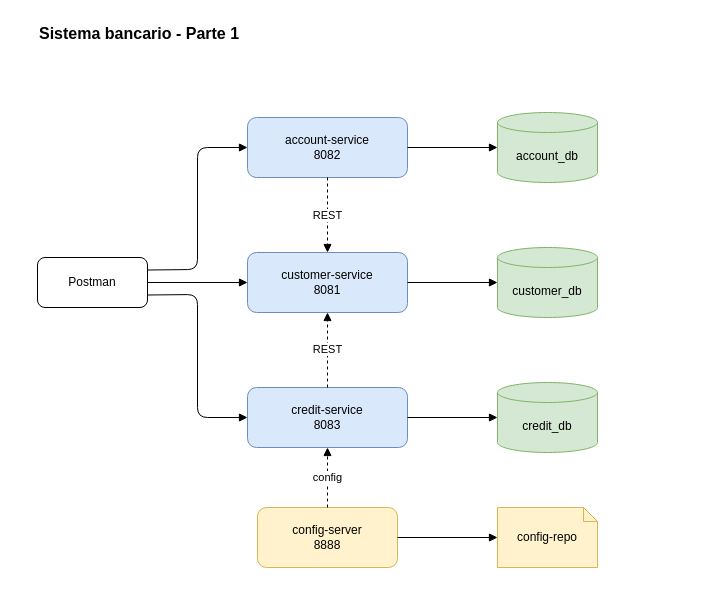
msalinas-se/bank-docs keeps this draw.io diagram as architecture.drawio. Above is the earlier version. Source tidied: cells renumbered, new cells numbered last; positions are measured from the earlier drawing's top-left corner, leaving out a move shared by most shapes. Both pictures are drawn from the tidied source at 100%, with x=0, y=0 at pixel (37, 17).
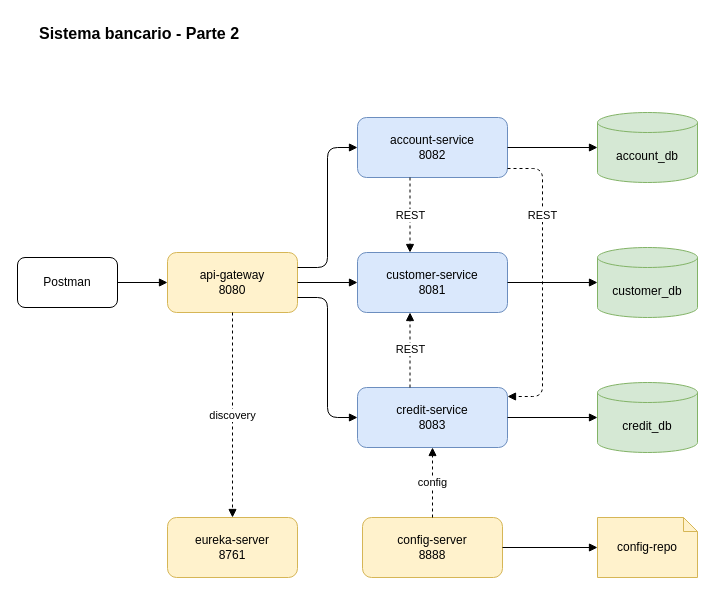
After the change.

What changed in the source:
```diff
@@
-    <mxCell id="2" value="Sistema bancario - Parte 1" style="text;html=1;fontSize=16;fontStyle=1;" parent="1" vertex="1">
+    <mxCell id="2" value="Sistema bancario - Parte 2" style="text;html=1;fontSize=16;fontStyle=1;" parent="1" vertex="1">
       <mxGeometry width="300" height="30" as="geometry" />
     </mxCell>
     <mxCell id="3" value="Postman" style="rounded=1;whiteSpace=wrap;html=1;" parent="1" vertex="1">
-      <mxGeometry y="240" width="110" height="50" as="geometry" />
+      <mxGeometry x="-20" y="240" width="100" height="50" as="geometry" />
     </mxCell>
+    <mxCell id="22" value="api-gateway&lt;br&gt;8080" style="rounded=1;whiteSpace=wrap;html=1;fillColor=#fff2cc;strokeColor=#d6b656;" parent="1" vertex="1">
+      <mxGeometry x="130" y="235" width="130" height="60" as="geometry" />
+    </mxCell>
     <mxCell id="4" value="account-service&lt;br&gt;8082" style="rounded=1;whiteSpace=wrap;html=1;fillColor=#dae8fc;strokeColor=#6c8ebf;" parent="1" vertex="1">
-      <mxGeometry x="210" y="100" width="160" height="60" as="geometry" />
+      <mxGeometry x="320" y="100" width="150" height="60" as="geometry" />
     </mxCell>
     <mxCell id="5" value="customer-service&lt;br&gt;8081" style="rounded=1;whiteSpace=wrap;html=1;fillColor=#dae8fc;strokeColor=#6c8ebf;" parent="1" vertex="1">
-      <mxGeometry x="210" y="235" width="160" height="60" as="geometry" />
+      <mxGeometry x="320" y="235" width="150" height="60" as="geometry" />
     </mxCell>
     <mxCell id="6" value="credit-service&lt;br&gt;8083" style="rounded=1;whiteSpace=wrap;html=1;fillColor=#dae8fc;strokeColor=#6c8ebf;" parent="1" vertex="1">
-      <mxGeometry x="210" y="370" width="160" height="60" as="geometry" />
+      <mxGeometry x="320" y="370" width="150" height="60" as="geometry" />
     </mxCell>
     <mxCell id="7" value="account_db" style="shape=cylinder3;whiteSpace=wrap;html=1;boundedLbl=1;size=10;fillColor=#d5e8d4;strokeColor=#82b366;" parent="1" vertex="1">
-      <mxGeometry x="460" y="95" width="100" height="70" as="geometry" />
+      <mxGeometry x="560" y="95" width="100" height="70" as="geometry" />
     </mxCell>
     <mxCell id="8" value="customer_db" style="shape=cylinder3;whiteSpace=wrap;html=1;boundedLbl=1;size=10;fillColor=#d5e8d4;strokeColor=#82b366;" parent="1" vertex="1">
-      <mxGeometry x="460" y="230" width="100" height="70" as="geometry" />
+      <mxGeometry x="560" y="230" width="100" height="70" as="geometry" />
     </mxCell>
     <mxCell id="9" value="credit_db" style="shape=cylinder3;whiteSpace=wrap;html=1;boundedLbl=1;size=10;fillColor=#d5e8d4;strokeColor=#82b366;" parent="1" vertex="1">
-      <mxGeometry x="460" y="365" width="100" height="70" as="geometry" />
+      <mxGeometry x="560" y="365" width="100" height="70" as="geometry" />
     </mxCell>
+    <mxCell id="23" value="eureka-server&lt;br&gt;8761" style="rounded=1;whiteSpace=wrap;html=1;fillColor=#fff2cc;strokeColor=#d6b656;" parent="1" vertex="1">
+      <mxGeometry x="130" y="500" width="130" height="60" as="geometry" />
+    </mxCell>
     <mxCell id="10" value="config-server&lt;br&gt;8888" style="rounded=1;whiteSpace=wrap;html=1;fillColor=#fff2cc;strokeColor=#d6b656;" parent="1" vertex="1">
-      <mxGeometry x="220" y="490" width="140" height="60" as="geometry" />
+      <mxGeometry x="325" y="500" width="140" height="60" as="geometry" />
     </mxCell>
     <mxCell id="11" value="config-repo" style="shape=note;whiteSpace=wrap;html=1;size=14;fillColor=#fff2cc;strokeColor=#d6b656;" parent="1" vertex="1">
-      <mxGeometry x="460" y="490" width="100" height="60" as="geometry" />
+      <mxGeometry x="560" y="500" width="100" height="60" as="geometry" />
     </mxCell>
-    <mxCell id="12" style="html=1;endArrow=block;exitX=1;exitY=0.25;entryX=0;entryY=0.5;" parent="1" edge="1" source="3" target="4">
-      <mxGeometry relative="1" as="geometry">
-        <Array as="points">
-          <mxPoint x="160" y="252" />
-          <mxPoint x="160" y="130" />
-        </Array>
-      </mxGeometry>
+    <mxCell id="12" style="html=1;endArrow=block;exitX=1;exitY=0.5;entryX=0;entryY=0.5;" parent="1" edge="1" source="3" target="22">
+      <mxGeometry relative="1" as="geometry" />
     </mxCell>
-    <mxCell id="13" style="html=1;endArrow=block;exitX=1;exitY=0.5;entryX=0;entryY=0.5;" parent="1" edge="1" source="3" target="5">
-      <mxGeometry relative="1" as="geometry" />
+    <mxCell id="13" style="html=1;endArrow=block;exitX=1;exitY=0.25;entryX=0;entryY=0.5;" parent="1" edge="1" source="22" target="4">
+      <mxGeometry relative="1" as="geometry">
+        <Array as="points">
+          <mxPoint x="290" y="250" />
+          <mxPoint x="290" y="130" />
+        </Array>
+      </mxGeometry>
     </mxCell>
-    <mxCell id="14" style="html=1;endArrow=block;exitX=1;exitY=0.75;entryX=0;entryY=0.5;" parent="1" edge="1" source="3" target="6">
-      <mxGeometry relative="1" as="geometry">
-        <Array as="points">
-          <mxPoint x="160" y="277" />
-          <mxPoint x="160" y="400" />
-        </Array>
-      </mxGeometry>
+    <mxCell id="14" style="html=1;endArrow=block;exitX=1;exitY=0.5;entryX=0;entryY=0.5;" parent="1" edge="1" source="22" target="5">
+      <mxGeometry relative="1" as="geometry" />
     </mxCell>
-    <mxCell id="15" value="REST" style="html=1;endArrow=block;dashed=1;exitX=0.5;exitY=1;entryX=0.5;entryY=0;" parent="1" edge="1" source="4" target="5">
-      <mxGeometry relative="1" as="geometry" />
+    <mxCell id="15" style="html=1;endArrow=block;exitX=1;exitY=0.75;entryX=0;entryY=0.5;" parent="1" edge="1" source="22" target="6">
+      <mxGeometry relative="1" as="geometry">
+        <Array as="points">
+          <mxPoint x="290" y="280" />
+          <mxPoint x="290" y="400" />
+        </Array>
+      </mxGeometry>
     </mxCell>
-    <mxCell id="16" value="REST" style="html=1;endArrow=block;dashed=1;exitX=0.5;exitY=0;entryX=0.5;entryY=1;" parent="1" edge="1" source="6" target="5">
+    <mxCell id="16" value="REST" style="html=1;endArrow=block;dashed=1;exitX=0.35;exitY=1;entryX=0.35;entryY=0;" parent="1" edge="1" source="4" target="5">
       <mxGeometry relative="1" as="geometry" />
     </mxCell>
-    <mxCell id="17" style="html=1;endArrow=block;exitX=1;exitY=0.5;entryX=0;entryY=0.5;" parent="1" edge="1" source="4" target="7">
+    <mxCell id="17" value="REST" style="html=1;endArrow=block;dashed=1;exitX=0.35;exitY=0;entryX=0.35;entryY=1;" parent="1" edge="1" source="6" target="5">
       <mxGeometry relative="1" as="geometry" />
     </mxCell>
-    <mxCell id="18" style="html=1;endArrow=block;exitX=1;exitY=0.5;entryX=0;entryY=0.5;" parent="1" edge="1" source="5" target="8">
-      <mxGeometry relative="1" as="geometry" />
+    <mxCell id="18" value="REST" style="html=1;endArrow=block;dashed=1;labelBackgroundColor=#ffffff;exitX=1;exitY=0.85;entryX=1;entryY=0.15;" parent="1" edge="1" source="4" target="6">
+      <mxGeometry x="-0.45" relative="1" as="geometry">
+        <Array as="points">
+          <mxPoint x="505" y="151" />
+          <mxPoint x="505" y="379" />
+        </Array>
+      </mxGeometry>
     </mxCell>
-    <mxCell id="19" style="html=1;endArrow=block;exitX=1;exitY=0.5;entryX=0;entryY=0.5;" parent="1" edge="1" source="6" target="9">
+    <mxCell id="19" style="html=1;endArrow=block;exitX=1;exitY=0.5;entryX=0;entryY=0.5;" parent="1" edge="1" source="4" target="7">
       <mxGeometry relative="1" as="geometry" />
     </mxCell>
-    <mxCell id="20" value="config" style="html=1;endArrow=block;dashed=1;exitX=0.5;exitY=0;entryX=0.5;entryY=1;" parent="1" edge="1" source="10" target="6">
+    <mxCell id="20" style="html=1;endArrow=block;exitX=1;exitY=0.5;entryX=0;entryY=0.5;" parent="1" edge="1" source="5" target="8">
       <mxGeometry relative="1" as="geometry" />
     </mxCell>
-    <mxCell id="21" style="html=1;endArrow=block;exitX=1;exitY=0.5;entryX=0;entryY=0.5;" parent="1" edge="1" source="10" target="11">
+    <mxCell id="21" style="html=1;endArrow=block;exitX=1;exitY=0.5;entryX=0;entryY=0.5;" parent="1" edge="1" source="6" target="9">
       <mxGeometry relative="1" as="geometry" />
     </mxCell>
+    <mxCell id="24" value="discovery" style="html=1;endArrow=block;dashed=1;exitX=0.5;exitY=1;entryX=0.5;entryY=0;" parent="1" edge="1" source="22" target="23">
+      <mxGeometry relative="1" as="geometry" />
+    </mxCell>
+    <mxCell id="25" value="config" style="html=1;endArrow=block;dashed=1;exitX=0.5;exitY=0;entryX=0.5;entryY=1;" parent="1" edge="1" source="10" target="6">
+      <mxGeometry relative="1" as="geometry" />
+    </mxCell>
+    <mxCell id="26" style="html=1;endArrow=block;exitX=1;exitY=0.5;entryX=0;entryY=0.5;" parent="1" edge="1" source="10" target="11">
+      <mxGeometry relative="1" as="geometry" />
+    </mxCell>
```
